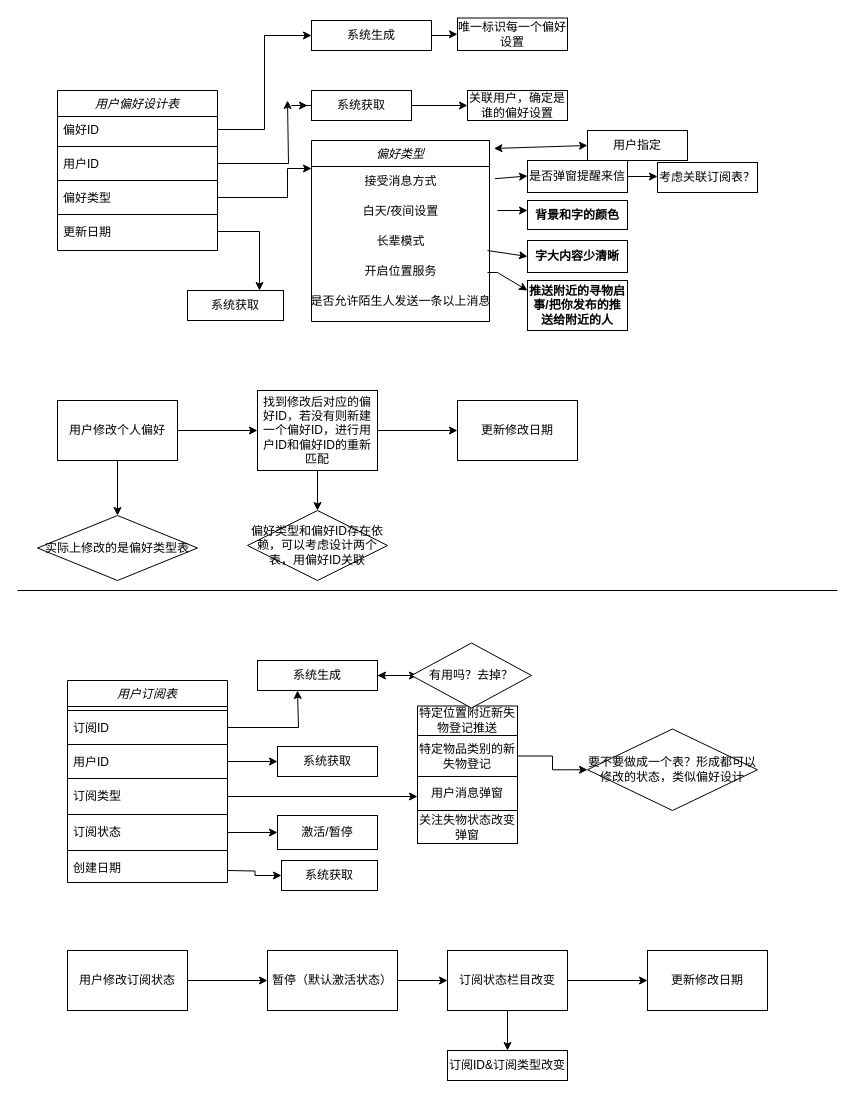
The draw.io diagram 用户个性化设计.drawio in LucasFrancis23213/DatabaseCourseDesign, before the edit. Source tidied: cells renumbered, new cells numbered last; positions are measured from the earlier drawing's top-left corner, leaving out a move shared by most shapes. Both pictures are drawn from the tidied source at 100%, with x=0, y=0 at pixel (17, 18).
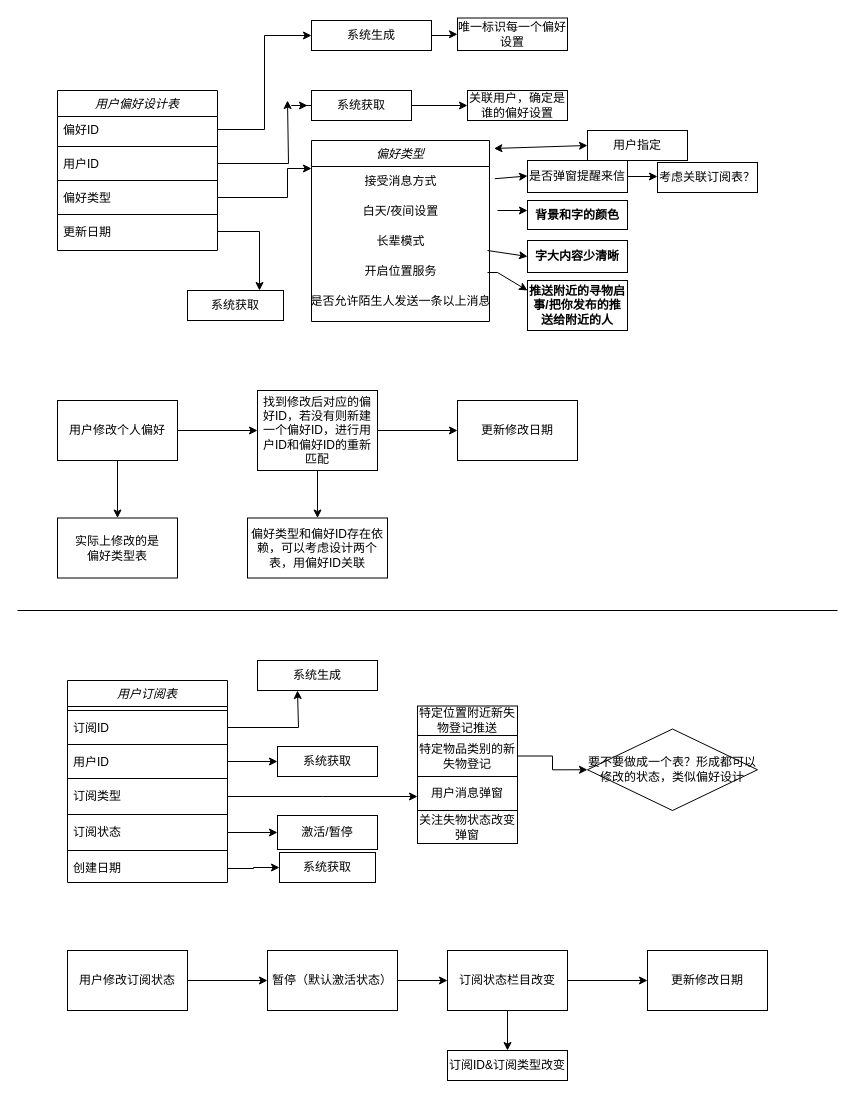
The same diagram, later.

The change refers to these unchanged cells:
```xml
<mxCell id="42" value="用户修改个人偏好" style="rounded=0;whiteSpace=wrap;html=1;" parent="1" vertex="1">
  <mxGeometry x="40" y="382" width="120" height="60" as="geometry" />
</mxCell>
<mxCell id="63" value="创建日期" style="text;align=left;verticalAlign=top;spacingLeft=4;spacingRight=4;overflow=hidden;points=[[0,0.5],[1,0.5]];portConstraint=eastwest;" parent="50" vertex="1">
  <mxGeometry y="174" width="160" height="28" as="geometry" />
</mxCell>
<mxCell id="68" value="系统生成" style="rounded=0;whiteSpace=wrap;html=1;" parent="1" vertex="1">
  <mxGeometry x="240" y="642" width="120" height="30" as="geometry" />
</mxCell>
```

What changed in the source:
```diff
@@
-    <mxCell id="41" style="edgeStyle=orthogonalEdgeStyle;rounded=0;jettySize=auto;html=1;" parent="1" edge="1" source="42" target="48">
-      <mxGeometry relative="1" as="geometry" />
-    </mxCell>
+    <mxCell id="92" style="edgeStyle=orthogonalEdgeStyle;rounded=0;jettySize=auto;html=1;" parent="1" edge="1" source="42" target="93">
+      <mxGeometry relative="1" as="geometry" />
+    </mxCell>
@@
-    <mxCell id="47" value="偏好类型和偏好ID存在依赖，可以考虑设计两个表，用偏好ID关联" style="rhombus;whiteSpace=wrap;html=1;rounded=0;" parent="1" vertex="1">
-      <mxGeometry x="230" y="492" width="140" height="70" as="geometry" />
-    </mxCell>
-    <mxCell id="48" value="实际上修改的是偏好类型表" style="rhombus;whiteSpace=wrap;html=1;rounded=0;" parent="1" vertex="1">
-      <mxGeometry x="20" y="497" width="160" height="65" as="geometry" />
-    </mxCell>
     <mxCell id="49" style="endArrow=none;html=1;rounded=0;" parent="1" edge="1">
       <mxGeometry relative="1" as="geometry">
-        <mxPoint y="572" as="sourcePoint" />
-        <mxPoint x="820" y="572" as="targetPoint" />
+        <mxPoint y="592" as="sourcePoint" />
+        <mxPoint x="820" y="592" as="targetPoint" />
       </mxGeometry>
     </mxCell>
@@
-    <mxCell id="65" style="edgeStyle=orthogonalEdgeStyle;rounded=0;jettySize=auto;html=1;exitX=1;exitY=0.5;exitDx=0;exitDy=0;entryX=0;entryY=0.5;entryDx=0;entryDy=0;" parent="1" edge="1" target="66">
-      <mxGeometry relative="1" as="geometry">
-        <mxPoint x="210" y="852" as="sourcePoint" />
-      </mxGeometry>
-    </mxCell>
     <mxCell id="66" value="系统获取" style="rounded=0;whiteSpace=wrap;html=1;" parent="1" vertex="1">
-      <mxGeometry x="264" y="842" width="96" height="30" as="geometry" />
+      <mxGeometry x="262" y="834" width="96" height="30" as="geometry" />
     </mxCell>
-    <mxCell id="67" style="edgeStyle=orthogonalEdgeStyle;rounded=0;jettySize=auto;html=1;exitX=1;exitY=0.5;exitDx=0;exitDy=0;" parent="1" edge="1" source="68">
-      <mxGeometry relative="1" as="geometry">
-        <mxPoint x="400" y="657" as="targetPoint" />
-      </mxGeometry>
-    </mxCell>
@@
-    <mxCell id="88" style="edgeStyle=orthogonalEdgeStyle;rounded=0;jettySize=auto;html=1;" parent="1" edge="1" source="89" target="68">
-      <mxGeometry relative="1" as="geometry" />
-    </mxCell>
-    <mxCell id="89" value="有用吗？去掉？" style="rhombus;whiteSpace=wrap;html=1;" parent="1" vertex="1">
-      <mxGeometry x="394" y="624.5" width="120" height="65" as="geometry" />
-    </mxCell>
@@
+    <mxCell id="47" value="偏好类型和偏好ID存在依赖，可以考虑设计两个表，用偏好ID关联" style="whiteSpace=wrap;html=1;rounded=0;" parent="1" vertex="1">
+      <mxGeometry x="230" y="499.5" width="140" height="60" as="geometry" />
+    </mxCell>
+    <mxCell id="93" value="实际上修改的是&lt;div&gt;偏好类型表&lt;/div&gt;" style="whiteSpace=wrap;html=1;rounded=0;" parent="1" vertex="1">
+      <mxGeometry x="40" y="499.5" width="120" height="60" as="geometry" />
+    </mxCell>
+    <mxCell id="94" style="edgeStyle=orthogonalEdgeStyle;rounded=0;jettySize=auto;html=1;exitX=1;exitY=0.5;exitDx=0;exitDy=0;entryX=0;entryY=0.5;entryDx=0;entryDy=0;" parent="1" edge="1" source="63" target="66">
+      <mxGeometry relative="1" as="geometry" />
+    </mxCell>
```
